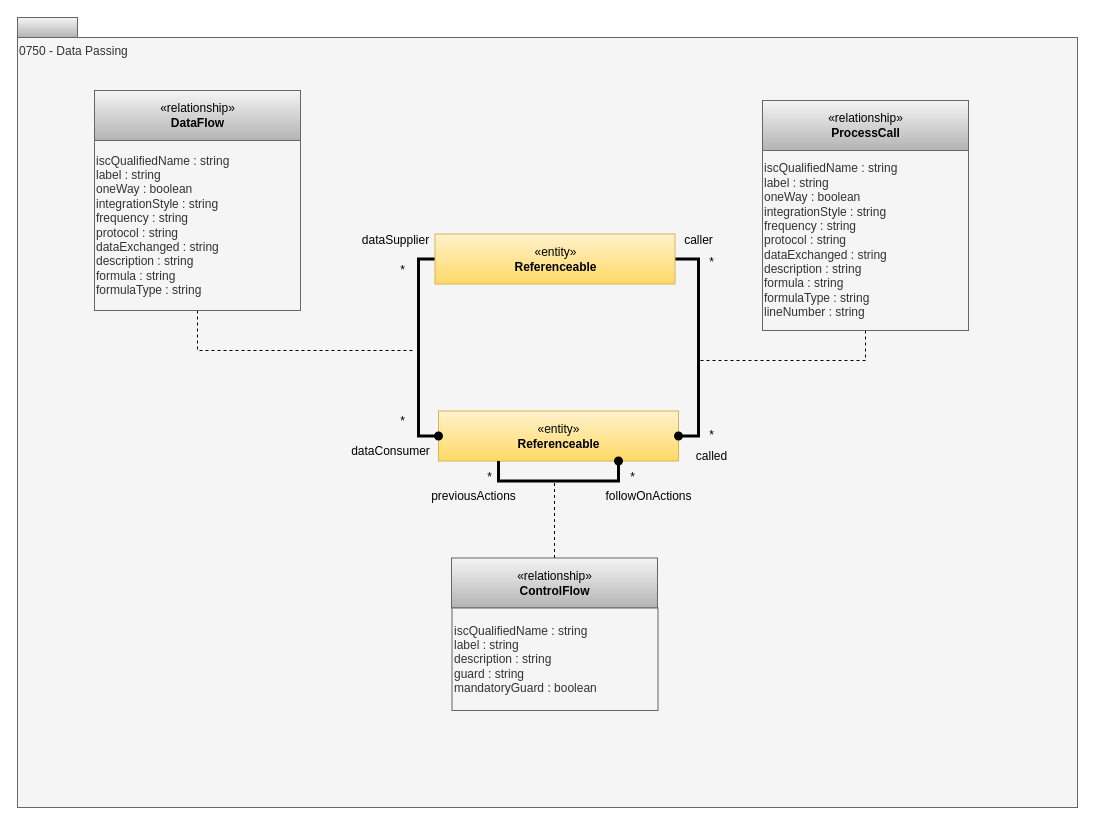
Earlier version of the draw.io diagram page "0750-Data-Passing" (14 of 20) of site/docs/types/7/area-7-lineage.drawio (odpi/egeria-docs). Source tidied: cells renumbered, new cells numbered last; positions are measured from the earlier drawing's top-left corner, leaving out a move shared by most shapes. Both pictures are drawn from the tidied source at 100%, with x=0, y=0 at pixel (17, 17).
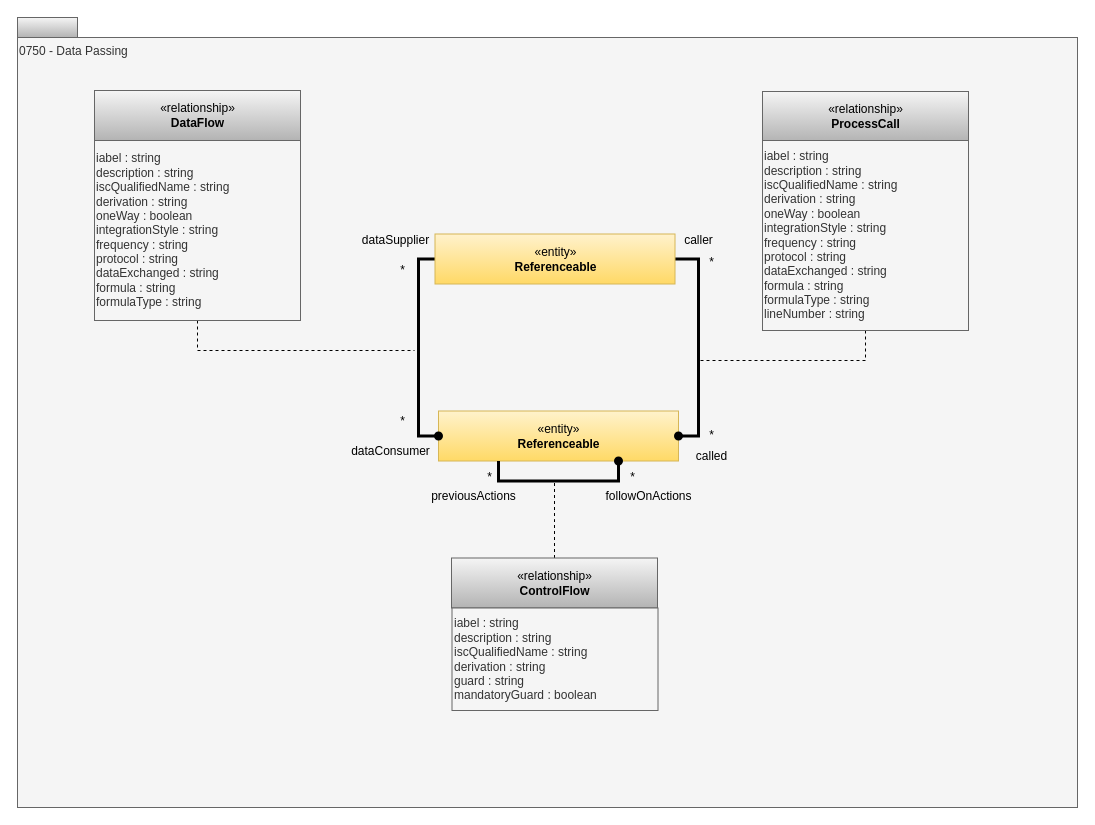
Above is the later version.

The edit, as a diff of the source:
```diff
@@
-    <mxCell id="6" value="iscQualifiedName : string&lt;div&gt;label : string&lt;/div&gt;&lt;div&gt;&lt;div&gt;oneWay : boolean&lt;/div&gt;&lt;div&gt;integrationStyle : string&lt;/div&gt;&lt;div&gt;frequency : string&lt;/div&gt;&lt;div&gt;protocol : string&lt;/div&gt;&lt;div&gt;dataExchanged : string&lt;/div&gt;description : string&lt;/div&gt;&lt;div&gt;formula : string&lt;br&gt;formulaType : string&lt;/div&gt;" style="rounded=0;whiteSpace=wrap;html=1;strokeColor=#666666;align=left;fillColor=#f5f5f5;fontColor=#333333;" parent="1" vertex="1">
-      <mxGeometry x="77" y="123" width="206" height="170" as="geometry" />
+    <mxCell id="6" value="i&lt;span style=&quot;background-color: transparent; color: light-dark(rgb(51, 51, 51), rgb(193, 193, 193));&quot;&gt;abel : string&lt;/span&gt;&lt;div&gt;&lt;/div&gt;&lt;div&gt;description : string&lt;/div&gt;iscQualifiedName : string&lt;div&gt;derivation : string&lt;br&gt;&lt;div&gt;&lt;span style=&quot;background-color: transparent; color: light-dark(rgb(51, 51, 51), rgb(193, 193, 193));&quot;&gt;oneWay : boolean&lt;/span&gt;&lt;/div&gt;&lt;div&gt;&lt;div&gt;integrationStyle : string&lt;/div&gt;&lt;div&gt;frequency : string&lt;/div&gt;&lt;div&gt;protocol : string&lt;/div&gt;&lt;div&gt;dataExchanged : string&lt;/div&gt;&lt;/div&gt;&lt;div&gt;formula : string&lt;br&gt;formulaType : string&lt;/div&gt;&lt;/div&gt;" style="rounded=0;whiteSpace=wrap;html=1;strokeColor=#666666;align=left;fillColor=#f5f5f5;fontColor=#333333;" parent="1" vertex="1">
+      <mxGeometry x="77" y="123" width="206" height="180" as="geometry" />
     </mxCell>
@@
-    <mxCell id="15" value="iscQualifiedName : string&lt;div&gt;label : string&lt;/div&gt;&lt;div&gt;description : string&lt;br&gt;guard : string&lt;/div&gt;&lt;div&gt;mandatoryGuard : boolean&lt;/div&gt;" style="rounded=0;whiteSpace=wrap;html=1;strokeColor=#666666;align=left;fillColor=#f5f5f5;fontColor=#333333;" parent="1" vertex="1">
+    <mxCell id="15" value="&lt;div&gt;i&lt;span style=&quot;color: light-dark(rgb(51, 51, 51), rgb(193, 193, 193)); background-color: transparent;&quot;&gt;abel : string&lt;/span&gt;&lt;div&gt;&lt;/div&gt;&lt;div&gt;description : string&lt;/div&gt;iscQualifiedName : string&lt;div&gt;derivation : string&lt;/div&gt;guard : string&lt;/div&gt;&lt;div&gt;mandatoryGuard : boolean&lt;/div&gt;" style="rounded=0;whiteSpace=wrap;html=1;strokeColor=#666666;align=left;fillColor=#f5f5f5;fontColor=#333333;" parent="1" vertex="1">
       <mxGeometry x="434.5" y="590.5" width="206" height="102.5" as="geometry" />
     </mxCell>
@@
     <mxCell id="24" value="«relationship»&lt;br&gt;&lt;b&gt;ProcessCall&lt;/b&gt;" style="html=1;strokeColor=#666666;align=center;fillColor=#f5f5f5;gradientColor=#b3b3b3;" parent="1" vertex="1">
-      <mxGeometry x="745" y="83" width="206" height="50" as="geometry" />
+      <mxGeometry x="745" y="74" width="206" height="50" as="geometry" />
     </mxCell>
-    <mxCell id="25" value="iscQualifiedName : string&lt;div&gt;label : string&lt;/div&gt;&lt;div&gt;&lt;div&gt;oneWay : boolean&lt;/div&gt;&lt;div&gt;integrationStyle : string&lt;/div&gt;&lt;div&gt;frequency : string&lt;/div&gt;&lt;div&gt;protocol : string&lt;/div&gt;&lt;div&gt;dataExchanged : string&lt;/div&gt;description : string&lt;/div&gt;&lt;div&gt;formula : string&lt;br&gt;formulaType : string&lt;br&gt;lineNumber : string&lt;/div&gt;" style="rounded=0;whiteSpace=wrap;html=1;strokeColor=#666666;align=left;fillColor=#f5f5f5;fontColor=#333333;" parent="1" vertex="1">
-      <mxGeometry x="745" y="133" width="206" height="180" as="geometry" />
+    <mxCell id="25" value="i&lt;span style=&quot;color: light-dark(rgb(51, 51, 51), rgb(193, 193, 193)); background-color: transparent;&quot;&gt;abel : string&lt;/span&gt;&lt;div&gt;&lt;/div&gt;&lt;div&gt;description : string&lt;/div&gt;iscQualifiedName : string&lt;div&gt;derivation : string&lt;/div&gt;&lt;div&gt;&lt;div&gt;oneWay : boolean&lt;/div&gt;&lt;div&gt;integrationStyle : string&lt;/div&gt;&lt;div&gt;frequency : string&lt;/div&gt;&lt;div&gt;protocol : string&lt;/div&gt;&lt;div&gt;dataExchanged : string&lt;/div&gt;&lt;/div&gt;&lt;div&gt;formula : string&lt;br&gt;formulaType : string&lt;br&gt;lineNumber : string&lt;/div&gt;" style="rounded=0;whiteSpace=wrap;html=1;strokeColor=#666666;align=left;fillColor=#f5f5f5;fontColor=#333333;" parent="1" vertex="1">
+      <mxGeometry x="745" y="123" width="206" height="190" as="geometry" />
     </mxCell>
```
